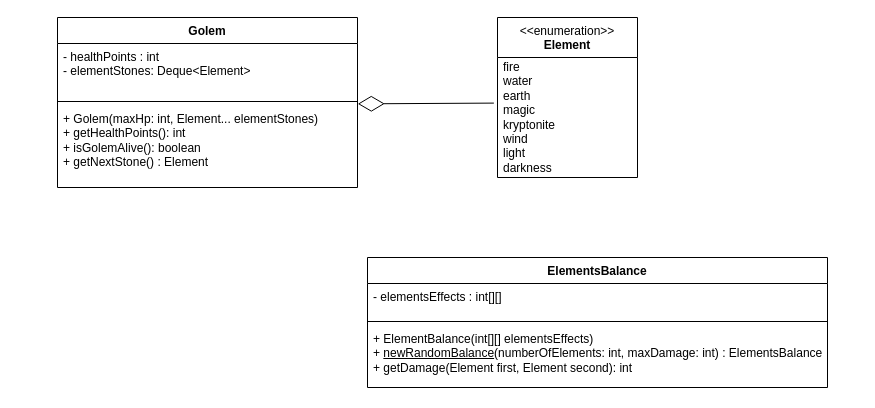
This is UML.drawio from ildivan/PgAr2023_Pota_TamaGolem, a draw.io file, before an edit. Source tidied: cells renumbered, new cells numbered last; positions are measured from the earlier drawing's top-left corner, leaving out a move shared by most shapes. Both pictures are drawn from the tidied source at 100%, with x=0, y=0 at pixel (57, 17).
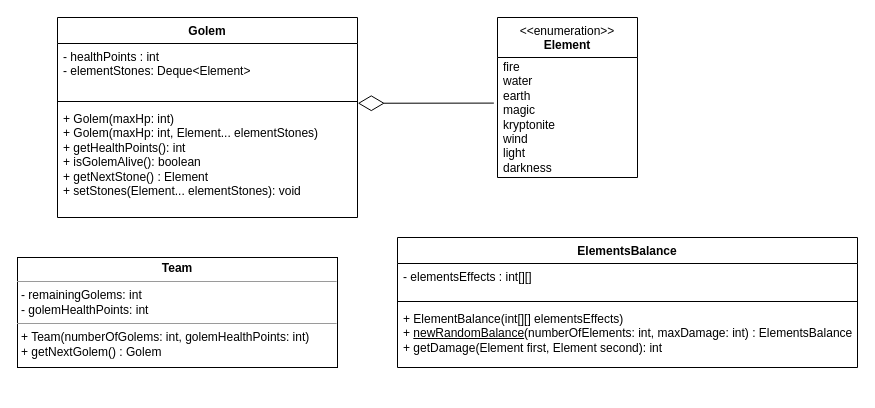
The same diagram, later.

Commit message (it also covers changes not shown here):
Added Team class to UML

Added Team class to Uml ,
Added constructor with one parameter to Golem class and added setStones method.

What changed in the source:
```diff
@@
 <mxGraphModel>
   <root>
     <mxCell id="0" />
     <mxCell id="1" parent="0" />
     <mxCell id="2" value="&amp;lt;&amp;lt;enumeration&amp;gt;&amp;gt;&lt;br&gt;&lt;b&gt;Element&lt;/b&gt;" style="swimlane;fontStyle=0;align=center;verticalAlign=top;horizontal=1;startSize=40;html=1;whiteSpace=wrap;" parent="1" vertex="1">
       <mxGeometry x="440" width="140" height="160" as="geometry" />
     </mxCell>
     <mxCell id="3" value="fire&lt;br&gt;water&lt;br&gt;earth&lt;br&gt;magic&lt;br&gt;kryptonite&lt;br&gt;wind&lt;br&gt;light&lt;br&gt;darkness" style="text;html=1;strokeColor=none;fillColor=none;align=left;verticalAlign=middle;spacingLeft=4;spacingRight=4;overflow=hidden;points=[[0,0.5],[1,0.5]];portConstraint=eastwest;whiteSpace=wrap;" parent="2" vertex="1">
       <mxGeometry y="40" width="140" height="120" as="geometry" />
     </mxCell>
     <mxCell id="4" value="Golem&lt;br&gt;" style="swimlane;fontStyle=1;align=center;verticalAlign=top;horizontal=1;startSize=26;whiteSpace=wrap;html=1;" parent="1" vertex="1">
-      <mxGeometry width="300" height="170" as="geometry" />
+      <mxGeometry width="300" height="200" as="geometry" />
     </mxCell>
     <mxCell id="5" value="- healthPoints : int&lt;br&gt;- elementStones: Deque&amp;lt;Element&amp;gt;" style="text;strokeColor=none;fillColor=none;align=left;verticalAlign=top;spacingLeft=4;spacingRight=4;overflow=hidden;whiteSpace=wrap;html=1;" parent="4" vertex="1">
       <mxGeometry y="26" width="300" height="54" as="geometry" />
     </mxCell>
     <mxCell id="6" style="line;strokeWidth=1;fillColor=none;align=left;verticalAlign=middle;spacingTop=-1;spacingLeft=3;spacingRight=3;labelPosition=right;strokeColor=inherit;" parent="4" vertex="1">
       <mxGeometry y="80" width="300" height="8" as="geometry" />
     </mxCell>
-    <mxCell id="7" value="+ Golem(maxHp: int, Element... elementStones)&amp;nbsp;&lt;br&gt;+ getHealthPoints(): int&lt;br&gt;+ isGolemAlive(): boolean&lt;br&gt;+ getNextStone() : Element" style="text;strokeColor=none;fillColor=none;align=left;verticalAlign=top;spacingLeft=4;spacingRight=4;overflow=hidden;points=[[0,0.5],[1,0.5]];portConstraint=eastwest;whiteSpace=wrap;html=1;" parent="4" vertex="1">
-      <mxGeometry y="88" width="300" height="82" as="geometry" />
+    <mxCell id="7" value="+ Golem(maxHp: int)&lt;br&gt;+ Golem(maxHp: int, Element... elementStones)&amp;nbsp;&lt;br&gt;+ getHealthPoints(): int&lt;br&gt;+ isGolemAlive(): boolean&lt;br&gt;+ getNextStone() : Element&lt;br&gt;+ setStones(Element... elementStones): void" style="text;strokeColor=none;fillColor=none;align=left;verticalAlign=top;spacingLeft=4;spacingRight=4;overflow=hidden;points=[[0,0.5],[1,0.5]];portConstraint=eastwest;whiteSpace=wrap;html=1;" parent="4" vertex="1">
+      <mxGeometry y="88" width="300" height="112" as="geometry" />
     </mxCell>
     <mxCell id="8" style="endArrow=diamondThin;endFill=0;endSize=24;html=1;rounded=0;entryX=1.001;entryY=-0.02;entryDx=0;entryDy=0;entryPerimeter=0;exitX=-0.026;exitY=0.38;exitDx=0;exitDy=0;exitPerimeter=0;" parent="1" edge="1" source="3" target="7">
       <mxGeometry relative="1" as="geometry" />
     </mxCell>
     <mxCell id="9" value="ElementsBalance" style="swimlane;fontStyle=1;align=center;verticalAlign=top;horizontal=1;startSize=26;whiteSpace=wrap;html=1;" parent="1" vertex="1">
-      <mxGeometry x="310" y="240" width="460" height="130" as="geometry" />
+      <mxGeometry x="340" y="220" width="460" height="130" as="geometry" />
     </mxCell>
     <mxCell id="10" value="- elementsEffects : int[][]&amp;nbsp;" style="text;strokeColor=none;fillColor=none;align=left;verticalAlign=top;spacingLeft=4;spacingRight=4;overflow=hidden;whiteSpace=wrap;html=1;" parent="9" vertex="1">
       <mxGeometry y="26" width="460" height="34" as="geometry" />
     </mxCell>
     <mxCell id="11" style="line;strokeWidth=1;fillColor=none;align=left;verticalAlign=middle;spacingTop=-1;spacingLeft=3;spacingRight=3;labelPosition=right;strokeColor=inherit;" parent="9" vertex="1">
       <mxGeometry y="60" width="460" height="8" as="geometry" />
     </mxCell>
     <mxCell id="12" value="+ ElementBalance(int[][] elementsEffects)&lt;br&gt;+ &lt;u&gt;newRandomBalance&lt;/u&gt;(numberOfElements: int, maxDamage: int) : ElementsBalance&lt;br&gt;+ getDamage(Element first, Element second): int" style="text;strokeColor=none;fillColor=none;align=left;verticalAlign=top;spacingLeft=4;spacingRight=4;overflow=hidden;whiteSpace=wrap;html=1;" parent="9" vertex="1">
       <mxGeometry y="68" width="460" height="62" as="geometry" />
     </mxCell>
+    <mxCell id="13" value="&lt;p style=&quot;margin:0px;margin-top:4px;text-align:center;&quot;&gt;&lt;b&gt;Team&lt;/b&gt;&lt;/p&gt;&lt;hr size=&quot;1&quot;&gt;&lt;p style=&quot;margin:0px;margin-left:4px;&quot;&gt;- remainingGolems: int&lt;/p&gt;&lt;p style=&quot;margin:0px;margin-left:4px;&quot;&gt;- golemHealthPoints: int&lt;/p&gt;&lt;hr size=&quot;1&quot;&gt;&lt;p style=&quot;margin:0px;margin-left:4px;&quot;&gt;+ Team(numberOfGolems: int, golemHealthPoints: int)&lt;/p&gt;&lt;p style=&quot;margin:0px;margin-left:4px;&quot;&gt;+ getNextGolem() : Golem&lt;/p&gt;" style="verticalAlign=top;align=left;overflow=fill;fontSize=12;fontFamily=Helvetica;html=1;whiteSpace=wrap;" parent="1" vertex="1">
+      <mxGeometry x="-40" y="240" width="320" height="110" as="geometry" />
+    </mxCell>
   </root>
 </mxGraphModel>
```
